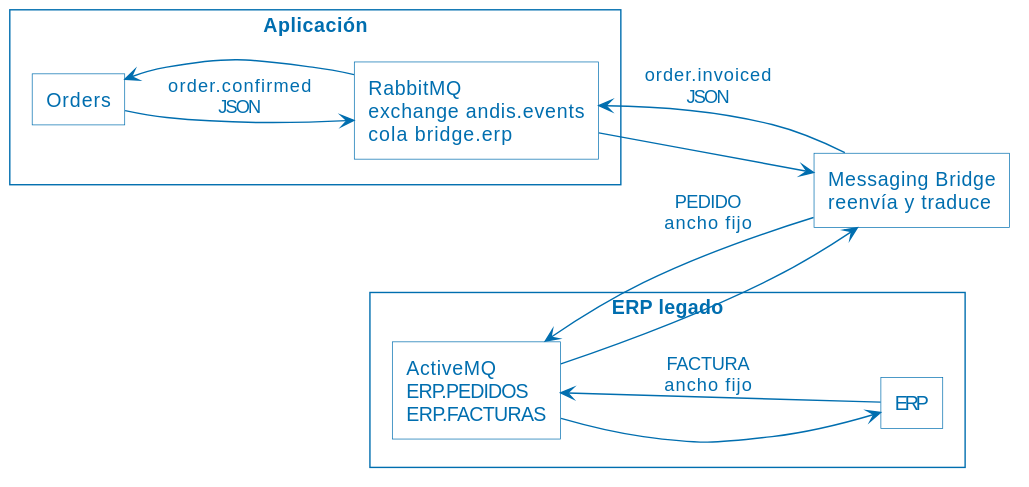
Above: assets/25-messaging-bridge.svg in ucudal/ANDIS2_UT4_DEMO1 (PlantUML), before the change.
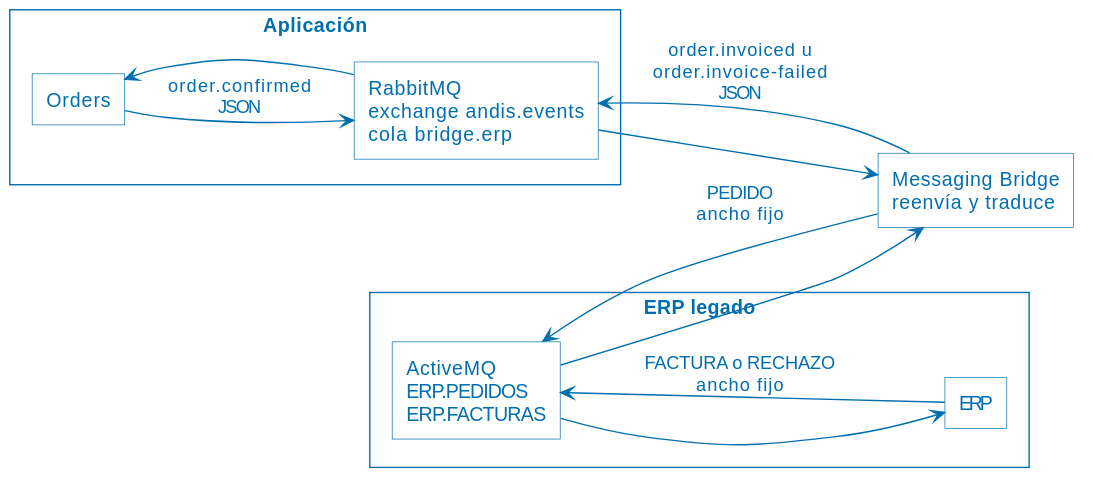
The same file after the commit.

Change to the diagram source:
```diff
@@ -14,8 +14,8 @@
 R --> B
 B --> A : PEDIDO\nancho fijo
 A --> E
-E --> A : FACTURA\nancho fijo
+E --> A : FACTURA o RECHAZO\nancho fijo
 A --> B
-B --> R : order.invoiced\nJSON
+B --> R : order.invoiced u\norder.invoice-failed\nJSON
 R --> O
 @enduml
```
